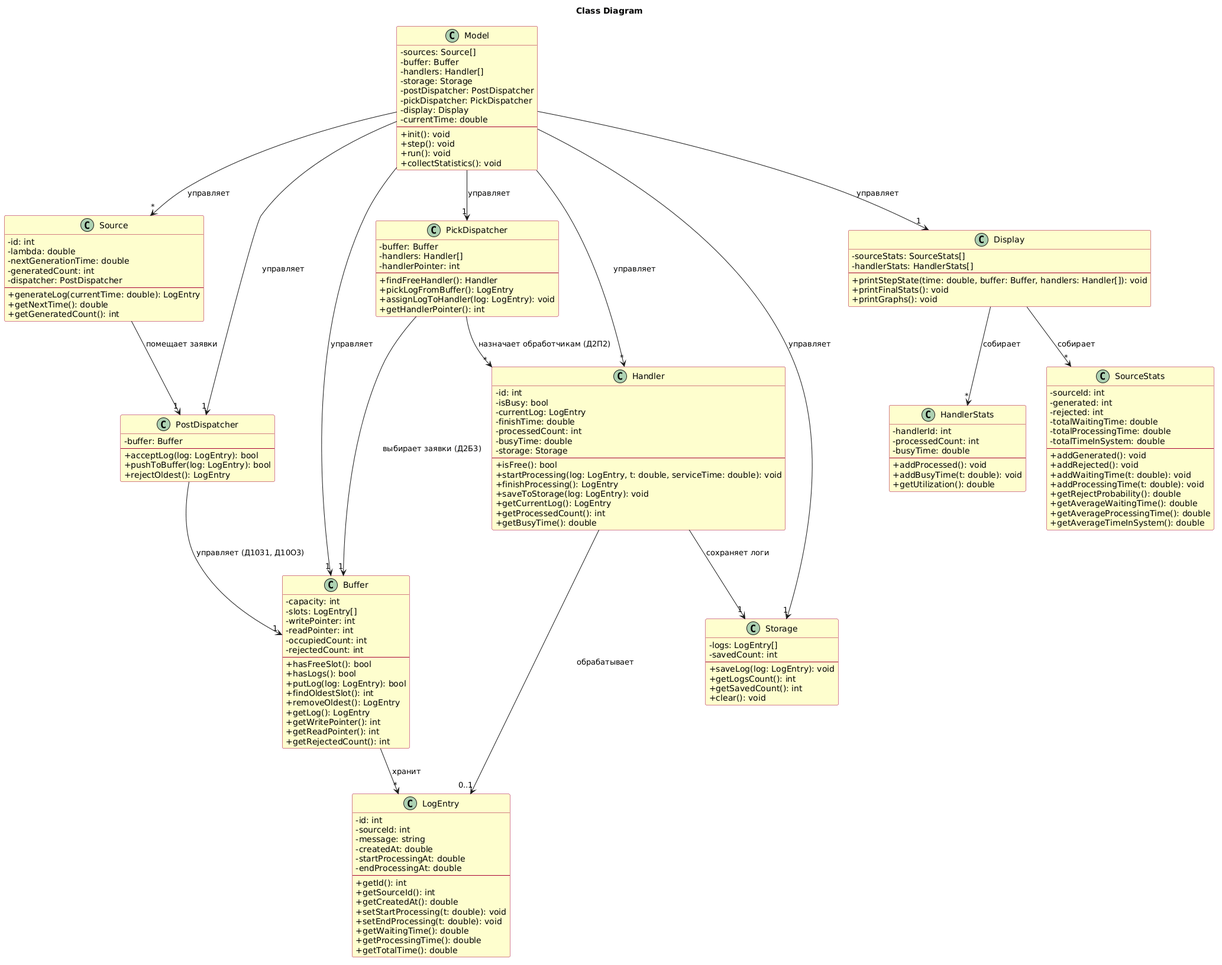
The PlantUML diagram class_diagram.png in monka6/smo29, before a commit.
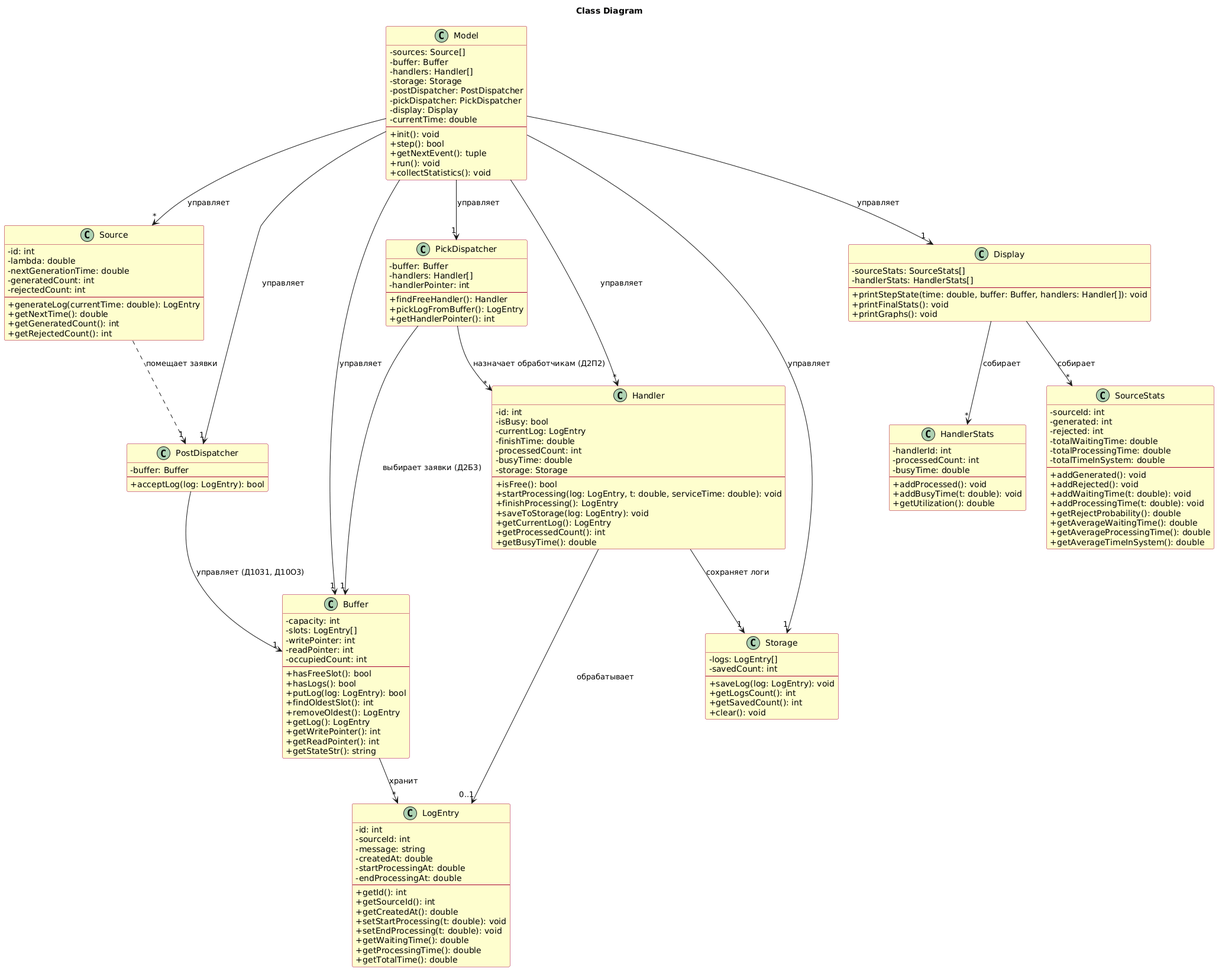
The same file after the commit.

Diff of the diagram source:
```diff
@@ -28,11 +28,12 @@
   - lambda: double
   - nextGenerationTime: double
   - generatedCount: int
-  - dispatcher: PostDispatcher
+  - rejectedCount: int
   --
   + generateLog(currentTime: double): LogEntry
   + getNextTime(): double
   + getGeneratedCount(): int
+  + getRejectedCount(): int
 }
 
 class Buffer {
@@ -41,7 +42,6 @@
   - writePointer: int
   - readPointer: int
   - occupiedCount: int
-  - rejectedCount: int
   --
   + hasFreeSlot(): bool
   + hasLogs(): bool
@@ -51,15 +51,13 @@
   + getLog(): LogEntry
   + getWritePointer(): int
   + getReadPointer(): int
-  + getRejectedCount(): int
+  + getStateStr(): string
 }
 
 class PostDispatcher {
   - buffer: Buffer
   --
   + acceptLog(log: LogEntry): bool
-  + pushToBuffer(log: LogEntry): bool
-  + rejectOldest(): LogEntry
 }
 
 class PickDispatcher {
@@ -69,7 +67,6 @@
   --
   + findFreeHandler(): Handler
   + pickLogFromBuffer(): LogEntry
-  + assignLogToHandler(log: LogEntry): void
   + getHandlerPointer(): int
 }
 
@@ -149,12 +146,13 @@
   - currentTime: double
   --
   + init(): void
-  + step(): void
+  + step(): bool
+  + getNextEvent(): tuple
   + run(): void
   + collectStatistics(): void
 }
 
-Source --> "1" PostDispatcher : помещает заявки
+Source ..> "1" PostDispatcher : помещает заявки
 PostDispatcher --> "1" Buffer : управляет (Д1031, Д10О3)
 PickDispatcher --> "1" Buffer : выбирает заявки (Д2Б3)
 PickDispatcher --> "*" Handler : назначает обработчикам (Д2П2)
```
